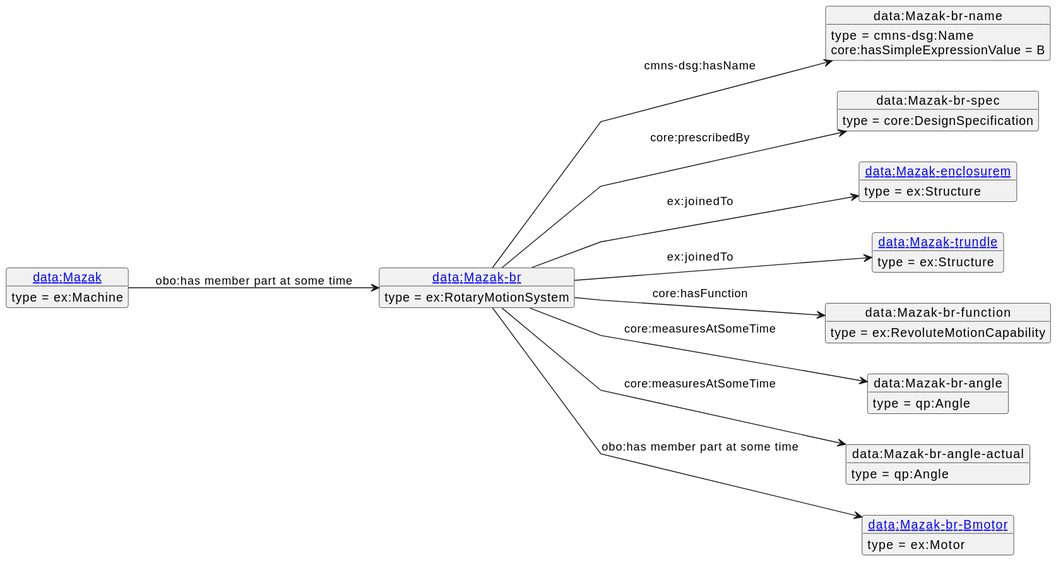
iofoundry/example-syseng-mtconnect keeps this PlantUML diagram as diagrams/Mazak-br.svg. Above is the earlier version. Its diagram source:
```plantuml
@startuml
skinparam linetype polyline
left to right direction
object "[[./Mazak-br.html data:Mazak-br]]" as o1 {
 type = ex:RotaryMotionSystem
 }
object "data:Mazak-br-name" as o2 {
 type = cmns-dsg:Name
 }
object "data:Mazak-br-spec" as o3 {
 type = core:DesignSpecification
 }
object "[[./Mazak-enclosurem.html data:Mazak-enclosurem]]" as o4 {
 type = ex:Structure
 }
object "[[./Mazak-trundle.html data:Mazak-trundle]]" as o5 {
 type = ex:Structure
 }
object "data:Mazak-br-function" as o6 {
 type = ex:RevoluteMotionCapability
 }
object "data:Mazak-br-angle" as o7 {
 type = qp:Angle
 }
object "data:Mazak-br-angle-actual" as o8 {
 type = qp:Angle
 }
object "[[./Mazak-br-Bmotor.html data:Mazak-br-Bmotor]]" as o9 {
 type = ex:Motor
 }
object "[[./Mazak.html data:Mazak]]" as o10 {
 type = ex:Machine
 }
o1 --> o2 : cmns-dsg:hasName
o2 : core:hasSimpleExpressionValue = B
o1 --> o3 : core:prescribedBy
o1 --> o4 : ex:joinedTo
o1 --> o5 : ex:joinedTo
o1 --> o6 : core:hasFunction
o1 --> o7 : core:measuresAtSomeTime
o1 --> o8 : core:measuresAtSomeTime
o1 --> o9 : obo:has member part at some time
o10 --> o1 : obo:has member part at some time
@enduml
```
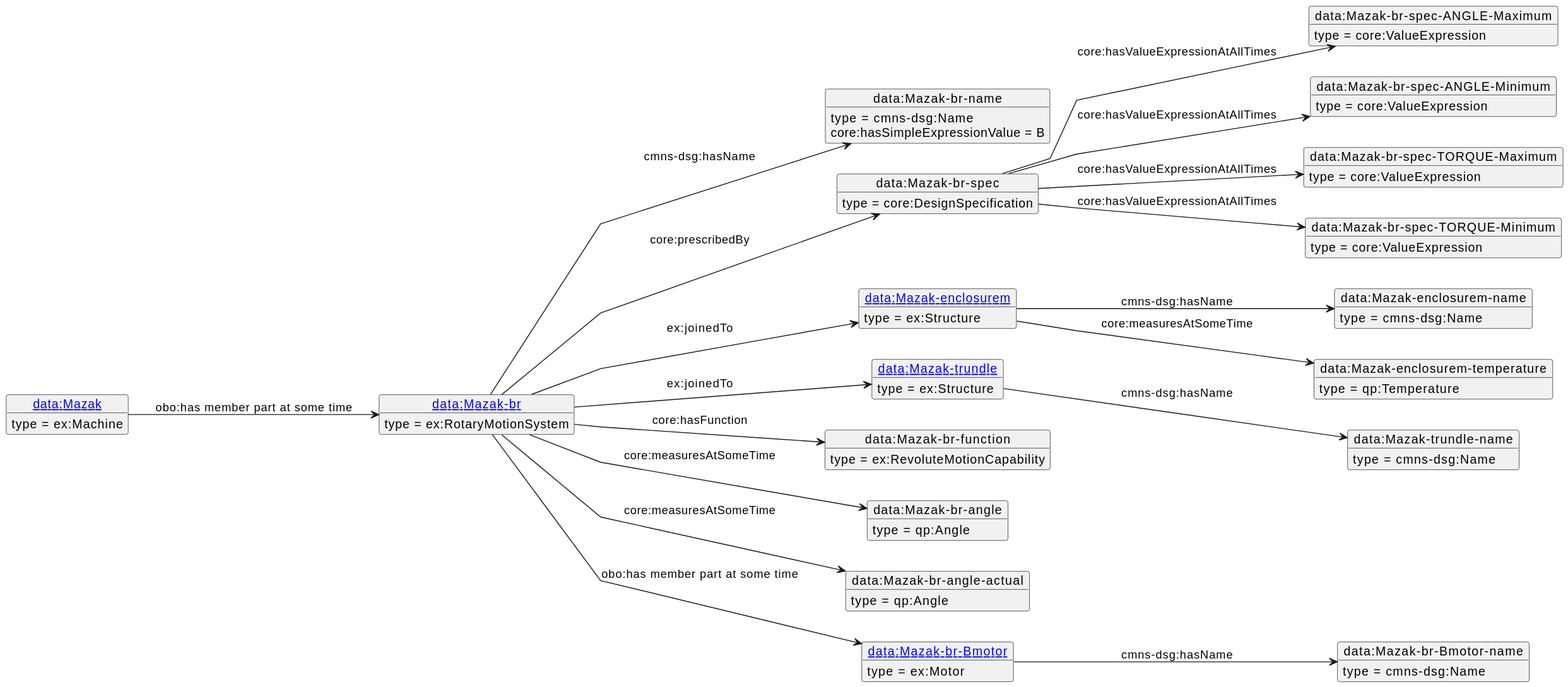
The same file after the commit.

Diff of the diagram source:
```diff
@@ -10,35 +10,67 @@
 object "data:Mazak-br-spec" as o3 {
  type = core:DesignSpecification
  }
-object "[[./Mazak-enclosurem.html data:Mazak-enclosurem]]" as o4 {
+object "data:Mazak-br-spec-ANGLE-Maximum" as o4 {
+ type = core:ValueExpression
+ }
+object "data:Mazak-br-spec-ANGLE-Minimum" as o5 {
+ type = core:ValueExpression
+ }
+object "data:Mazak-br-spec-TORQUE-Maximum" as o6 {
+ type = core:ValueExpression
+ }
+object "data:Mazak-br-spec-TORQUE-Minimum" as o7 {
+ type = core:ValueExpression
+ }
+object "[[./Mazak-enclosurem.html data:Mazak-enclosurem]]" as o8 {
  type = ex:Structure
  }
-object "[[./Mazak-trundle.html data:Mazak-trundle]]" as o5 {
+object "data:Mazak-enclosurem-name" as o9 {
+ type = cmns-dsg:Name
+ }
+object "data:Mazak-enclosurem-temperature" as o10 {
+ type = qp:Temperature
+ }
+object "[[./Mazak-trundle.html data:Mazak-trundle]]" as o11 {
  type = ex:Structure
  }
-object "data:Mazak-br-function" as o6 {
+object "data:Mazak-trundle-name" as o12 {
+ type = cmns-dsg:Name
+ }
+object "data:Mazak-br-function" as o13 {
  type = ex:RevoluteMotionCapability
  }
-object "data:Mazak-br-angle" as o7 {
+object "data:Mazak-br-angle" as o14 {
  type = qp:Angle
  }
-object "data:Mazak-br-angle-actual" as o8 {
+object "data:Mazak-br-angle-actual" as o15 {
  type = qp:Angle
  }
-object "[[./Mazak-br-Bmotor.html data:Mazak-br-Bmotor]]" as o9 {
+object "[[./Mazak-br-Bmotor.html data:Mazak-br-Bmotor]]" as o16 {
  type = ex:Motor
  }
-object "[[./Mazak.html data:Mazak]]" as o10 {
+object "data:Mazak-br-Bmotor-name" as o17 {
+ type = cmns-dsg:Name
+ }
+object "[[./Mazak.html data:Mazak]]" as o18 {
  type = ex:Machine
  }
 o1 --> o2 : cmns-dsg:hasName
 o2 : core:hasSimpleExpressionValue = B
 o1 --> o3 : core:prescribedBy
-o1 --> o4 : ex:joinedTo
-o1 --> o5 : ex:joinedTo
-o1 --> o6 : core:hasFunction
-o1 --> o7 : core:measuresAtSomeTime
-o1 --> o8 : core:measuresAtSomeTime
-o1 --> o9 : obo:has member part at some time
-o10 --> o1 : obo:has member part at some time
+o3 --> o4 : core:hasValueExpressionAtAllTimes
+o3 --> o5 : core:hasValueExpressionAtAllTimes
+o3 --> o6 : core:hasValueExpressionAtAllTimes
+o3 --> o7 : core:hasValueExpressionAtAllTimes
+o1 --> o8 : ex:joinedTo
+o8 --> o9 : cmns-dsg:hasName
+o8 --> o10 : core:measuresAtSomeTime
+o1 --> o11 : ex:joinedTo
+o11 --> o12 : cmns-dsg:hasName
+o1 --> o13 : core:hasFunction
+o1 --> o14 : core:measuresAtSomeTime
+o1 --> o15 : core:measuresAtSomeTime
+o1 --> o16 : obo:has member part at some time
+o16 --> o17 : cmns-dsg:hasName
+o18 --> o1 : obo:has member part at some time
 @enduml
```
